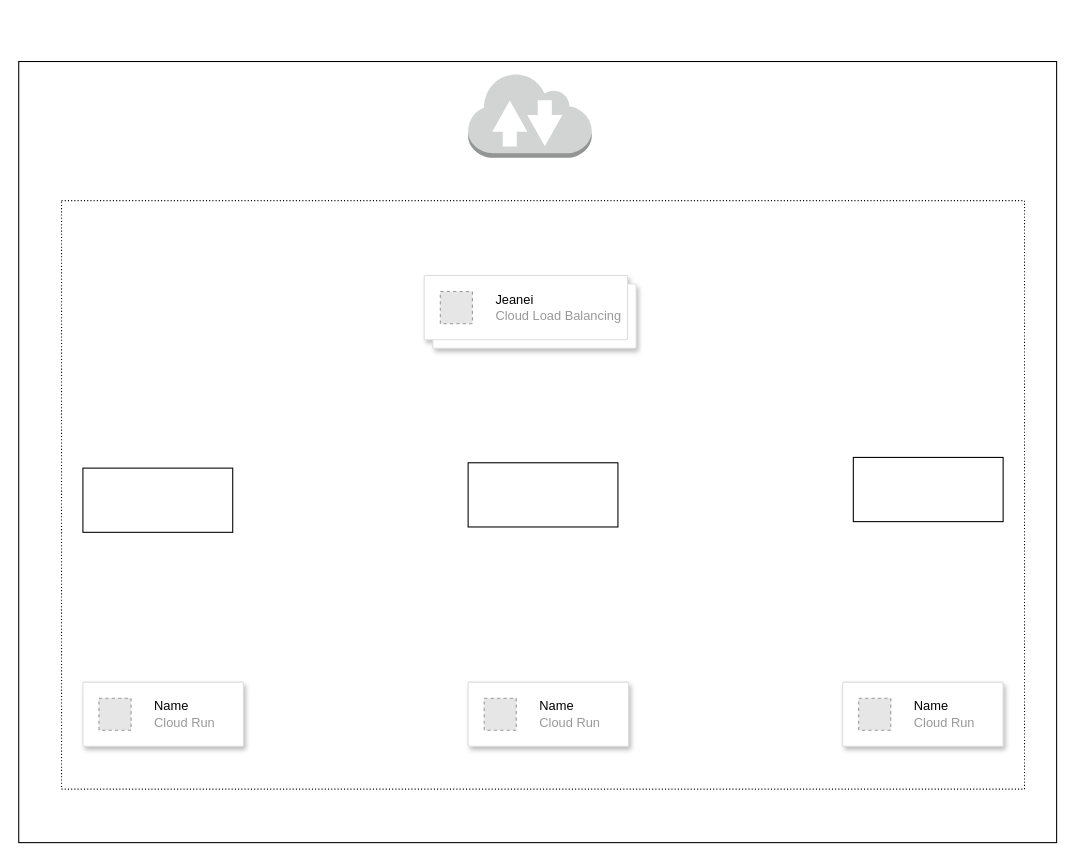
Before: raj_infra.drawio in anshultaak/Diagram, a draw.io diagram. Source tidied: cells renumbered, new cells numbered last; positions are measured from the earlier drawing's top-left corner, leaving out a move shared by most shapes. Both pictures are drawn from the tidied source at 107%, with x=0, y=0 at pixel (18, 61). Pictures stored in the file or linked from it are replaced by grey dashed boxes.
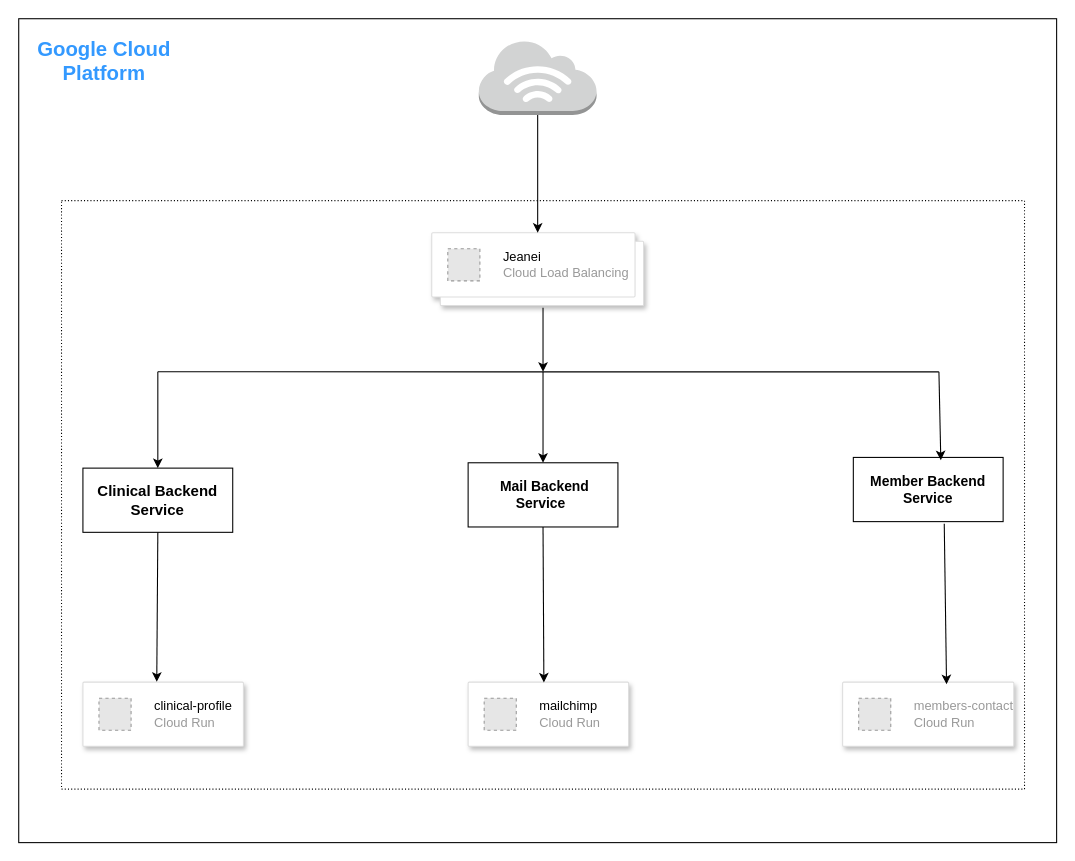
The same page after the edit.

Unchanged cells that the change refers to:
```xml
<mxCell id="4" style="rounded=0;whiteSpace=wrap;html=1;dashed=1;dashPattern=1 2;" parent="1" vertex="1">
  <mxGeometry x="40" y="130" width="900" height="550" as="geometry" />
</mxCell>
<mxCell id="10" style="strokeColor=#dddddd;shadow=1;strokeWidth=1;rounded=1;absoluteArcSize=1;arcSize=2;" parent="1" vertex="1">
  <mxGeometry x="60" y="580" width="150" height="60" as="geometry" />
</mxCell>
<mxCell id="12" style="strokeColor=#dddddd;shadow=1;strokeWidth=1;rounded=1;absoluteArcSize=1;arcSize=2;" parent="1" vertex="1">
  <mxGeometry x="420" y="580" width="150" height="60" as="geometry" />
</mxCell>
```

The edit, as a diff of the source:
```diff
@@
     <mxCell id="2" style="rounded=0;whiteSpace=wrap;html=1;" parent="1" vertex="1">
-      <mxGeometry width="970" height="730" as="geometry" />
+      <mxGeometry y="-40" width="970" height="770" as="geometry" />
     </mxCell>
-    <mxCell id="3" style="dashed=0;verticalLabelPosition=bottom;verticalAlign=top;align=center;html=1;shape=mxgraph.aws3.internet_2;fillColor=#D2D3D3;gradientColor=none;" parent="1" vertex="1">
-      <mxGeometry x="420" y="10" width="115.5" height="80" as="geometry" />
-    </mxCell>
@@
     <mxCell id="5" style="shape=mxgraph.gcp2.doubleRect;strokeColor=#dddddd;shadow=1;strokeWidth=1;rounded=1;absoluteArcSize=1;arcSize=2;" parent="1" vertex="1">
-      <mxGeometry x="379" y="200" width="198" height="68" as="geometry" />
+      <mxGeometry x="386" y="160" width="198" height="68" as="geometry" />
     </mxCell>
@@
-    <mxCell id="7" style="rounded=0;whiteSpace=wrap;html=1;" parent="1" vertex="1">
+    <mxCell id="7" value="&lt;b style=&quot;font-size: 14px;&quot;&gt;Clinical&amp;nbsp;Backend Service&lt;/b&gt;" style="rounded=0;whiteSpace=wrap;html=1;" parent="1" vertex="1">
       <mxGeometry x="60" y="380" width="140" height="60" as="geometry" />
     </mxCell>
-    <mxCell id="8" style="rounded=0;whiteSpace=wrap;html=1;" parent="1" vertex="1">
+    <mxCell id="8" value="&lt;font style=&quot;font-size: 13px;&quot;&gt;&lt;b&gt;&amp;nbsp;Mail Backend Service&amp;nbsp;&lt;/b&gt;&lt;/font&gt;" style="rounded=0;whiteSpace=wrap;html=1;" parent="1" vertex="1">
       <mxGeometry x="420" y="375" width="140" height="60" as="geometry" />
     </mxCell>
-    <mxCell id="9" style="rounded=0;whiteSpace=wrap;html=1;" parent="1" vertex="1">
+    <mxCell id="9" value="&lt;b&gt;&lt;font style=&quot;font-size: 13px;&quot;&gt;Member Backend Service&lt;/font&gt;&lt;/b&gt;" style="rounded=0;whiteSpace=wrap;html=1;" parent="1" vertex="1">
       <mxGeometry x="780" y="370" width="140" height="60" as="geometry" />
     </mxCell>
@@
-    <mxCell id="11" value="&lt;font color=&quot;#000000&quot;&gt;Name&lt;/font&gt;&lt;br&gt;Cloud Run" style="fillColor=#E6E6E6;strokeColor=#999999;dashed=1;html=1;fontColor=#999999;verticalLabelPosition=middle;verticalAlign=middle;labelPosition=right;align=left;spacingLeft=20;" parent="10" vertex="1">
+    <mxCell id="11" value="&lt;font color=&quot;#000000&quot;&gt;clinical-profile&lt;/font&gt;&lt;br&gt;Cloud Run" style="fillColor=#E6E6E6;strokeColor=#999999;dashed=1;html=1;fontColor=#999999;verticalLabelPosition=middle;verticalAlign=middle;labelPosition=right;align=left;spacingLeft=20;" parent="10" vertex="1">
       <mxGeometry width="30" height="30" relative="1" as="geometry">
         <mxPoint x="15" y="15" as="offset" />
       </mxGeometry>
     </mxCell>
@@
-    <mxCell id="13" value="&lt;font color=&quot;#000000&quot;&gt;Name&lt;/font&gt;&lt;br&gt;Cloud Run" style="fillColor=#E6E6E6;strokeColor=#999999;dashed=1;html=1;fontColor=#999999;verticalLabelPosition=middle;verticalAlign=middle;labelPosition=right;align=left;spacingLeft=20;" parent="12" vertex="1">
+    <mxCell id="13" value="&lt;font color=&quot;#000000&quot;&gt;mailchimp&lt;/font&gt;&lt;br&gt;Cloud Run" style="fillColor=#E6E6E6;strokeColor=#999999;dashed=1;html=1;fontColor=#999999;verticalLabelPosition=middle;verticalAlign=middle;labelPosition=right;align=left;spacingLeft=20;" parent="12" vertex="1">
       <mxGeometry width="30" height="30" relative="1" as="geometry">
         <mxPoint x="15" y="15" as="offset" />
       </mxGeometry>
     </mxCell>
     <mxCell id="14" style="strokeColor=#dddddd;shadow=1;strokeWidth=1;rounded=1;absoluteArcSize=1;arcSize=2;" parent="1" vertex="1">
-      <mxGeometry x="770" y="580" width="150" height="60" as="geometry" />
+      <mxGeometry x="770" y="580" width="160" height="60" as="geometry" />
     </mxCell>
-    <mxCell id="15" value="&lt;font color=&quot;#000000&quot;&gt;Name&lt;/font&gt;&lt;br&gt;Cloud Run" style="fillColor=#E6E6E6;strokeColor=#999999;dashed=1;html=1;fontColor=#999999;verticalLabelPosition=middle;verticalAlign=middle;labelPosition=right;align=left;spacingLeft=20;" parent="14" vertex="1">
+    <mxCell id="15" value="members-contact&lt;br&gt;Cloud Run" style="fillColor=#E6E6E6;strokeColor=#999999;dashed=1;html=1;fontColor=#999999;verticalLabelPosition=middle;verticalAlign=middle;labelPosition=right;align=left;spacingLeft=20;" parent="14" vertex="1">
       <mxGeometry width="30" height="30" relative="1" as="geometry">
         <mxPoint x="15" y="15" as="offset" />
       </mxGeometry>
     </mxCell>
+    <mxCell id="16" style="endArrow=none;html=1;rounded=0;entryX=0.911;entryY=0.291;entryDx=0;entryDy=0;entryPerimeter=0;" parent="1" edge="1" target="4">
+      <mxGeometry relative="1" as="geometry">
+        <mxPoint x="130" y="290" as="sourcePoint" />
+      </mxGeometry>
+    </mxCell>
+    <mxCell id="17" style="endArrow=classic;html=1;rounded=0;" parent="1" edge="1" target="7">
+      <mxGeometry relative="1" as="geometry">
+        <mxPoint x="130" y="290" as="sourcePoint" />
+      </mxGeometry>
+    </mxCell>
+    <mxCell id="18" style="endArrow=classic;html=1;rounded=0;entryX=0.584;entryY=0.043;entryDx=0;entryDy=0;entryPerimeter=0;" parent="1" edge="1" target="9">
+      <mxGeometry relative="1" as="geometry">
+        <mxPoint x="860" y="290" as="sourcePoint" />
+      </mxGeometry>
+    </mxCell>
+    <mxCell id="19" style="endArrow=classic;html=1;rounded=0;entryX=0.5;entryY=0;entryDx=0;entryDy=0;" parent="1" edge="1" target="8">
+      <mxGeometry relative="1" as="geometry">
+        <mxPoint x="490" y="290" as="sourcePoint" />
+      </mxGeometry>
+    </mxCell>
+    <mxCell id="20" style="endArrow=classic;html=1;rounded=0;" parent="1" edge="1">
+      <mxGeometry relative="1" as="geometry">
+        <mxPoint x="490" y="230" as="sourcePoint" />
+        <mxPoint x="490" y="290" as="targetPoint" />
+      </mxGeometry>
+    </mxCell>
+    <mxCell id="21" style="outlineConnect=0;dashed=0;verticalLabelPosition=bottom;verticalAlign=top;align=center;html=1;shape=mxgraph.aws3.internet_3;fillColor=#D2D3D3;gradientColor=none;" parent="1" vertex="1">
+      <mxGeometry x="430" y="-20" width="110" height="70" as="geometry" />
+    </mxCell>
+    <mxCell id="22" style="endArrow=classic;html=1;rounded=0;exitX=0.5;exitY=1;exitDx=0;exitDy=0;exitPerimeter=0;entryX=0.5;entryY=0;entryDx=0;entryDy=0;" parent="1" edge="1" source="21" target="5">
+      <mxGeometry relative="1" as="geometry" />
+    </mxCell>
+    <mxCell id="23" style="endArrow=classic;html=1;rounded=0;exitX=0.5;exitY=1;exitDx=0;exitDy=0;entryX=0.46;entryY=-0.005;entryDx=0;entryDy=0;entryPerimeter=0;" parent="1" edge="1" source="7" target="10">
+      <mxGeometry relative="1" as="geometry" />
+    </mxCell>
+    <mxCell id="24" style="endArrow=classic;html=1;rounded=0;exitX=0.5;exitY=1;exitDx=0;exitDy=0;entryX=0.472;entryY=0.006;entryDx=0;entryDy=0;entryPerimeter=0;" parent="1" edge="1" source="8" target="12">
+      <mxGeometry relative="1" as="geometry" />
+    </mxCell>
+    <mxCell id="25" style="endArrow=classic;html=1;rounded=0;exitX=0.607;exitY=1.033;exitDx=0;exitDy=0;exitPerimeter=0;entryX=0.607;entryY=0.034;entryDx=0;entryDy=0;entryPerimeter=0;" parent="1" edge="1" source="9" target="14">
+      <mxGeometry relative="1" as="geometry" />
+    </mxCell>
+    <mxCell id="26" value="&lt;b&gt;&lt;font color=&quot;#3399ff&quot; style=&quot;font-size: 19px;&quot;&gt;Google Cloud Platform&lt;/font&gt;&lt;/b&gt;" style="text;html=1;align=center;verticalAlign=middle;whiteSpace=wrap;rounded=0;" parent="1" vertex="1">
+      <mxGeometry y="-40" width="160" height="80" as="geometry" />
+    </mxCell>
```
